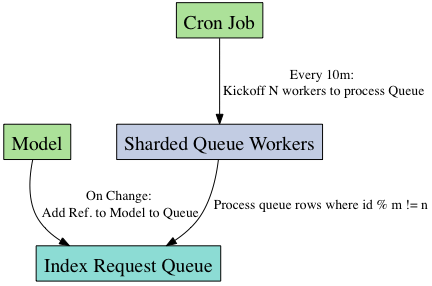
andrewvc/avc-blog keeps this Graphviz diagram as assets/images/elasticsearch_model_pipeline.png. Above is the earlier version. Its source is kept beside it as _misc/elasticsearch_model_pipeline.dot. The source it was exported from:
```dot
digraph G {
  node [shape=box fontsize=20]
  ranksep=.75; size = "4.5,10.5";
  {
    node [fillcolor="#ACE199" style=filled]

    Model
    "Cron Job"
  }

  {
    node [fillcolor="#8CDCD4" style=filled]
    "Index Request Queue"
  }


  {
    node [fillcolor="#C2CCE3" style=filled]
    "Sharded Queue Workers"
  }

  Model -> "Index Request Queue" [label="On Change:\n Add Ref. to Model to Queue"]
  "Cron Job" -> "Sharded Queue Workers" [label="Every 10m:\n Kickoff N workers to process Queue"]
  "Sharded Queue Workers" -> "Index Request Queue" [label="Process queue rows where id % m != n"]
}
```
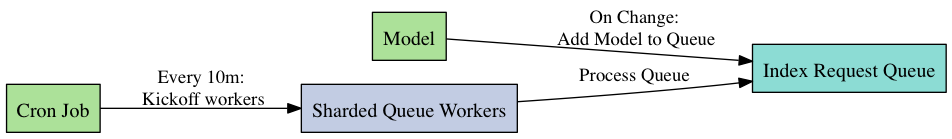
The same file after the commit.

Commit message:
Various improvements to ElasticSearch article

What changed in the source:
```diff
@@ -1,6 +1,8 @@
 digraph G {
-  node [shape=box fontsize=20]
-  ranksep=.75; size = "4.5,10.5";
+  node [shape=box fontsize=15];
+  ranksep=.75; size = "13,20.5";
+  rankdir=LR;
+
   {
     node [fillcolor="#ACE199" style=filled]
 
@@ -19,7 +21,7 @@
     "Sharded Queue Workers"
   }
 
-  Model -> "Index Request Queue" [label="On Change:\n Add Ref. to Model to Queue"]
-  "Cron Job" -> "Sharded Queue Workers" [label="Every 10m:\n Kickoff N workers to process Queue"]
-  "Sharded Queue Workers" -> "Index Request Queue" [label="Process queue rows where id % m != n"]
+  Model -> "Index Request Queue" [label="On Change:\n Add Model to Queue"]
+  "Cron Job" -> "Sharded Queue Workers" [label="Every 10m:\n Kickoff workers"]
+  "Sharded Queue Workers" -> "Index Request Queue" [label="Process Queue"]
 }
```
